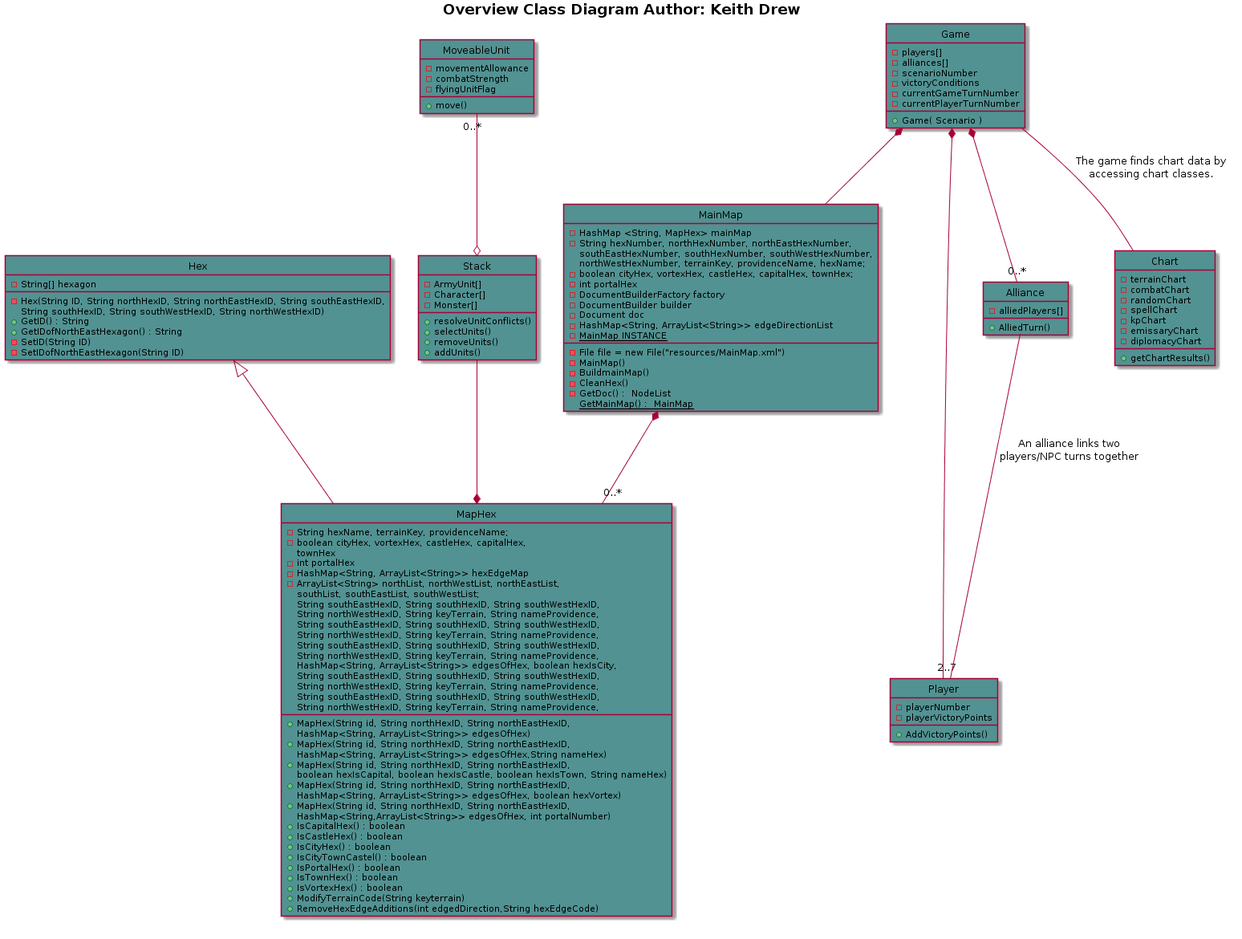
Before: doc/masterClassDiagrams/overview.png, a diagram exported from PlantUML (cjeffery/sworsorc).
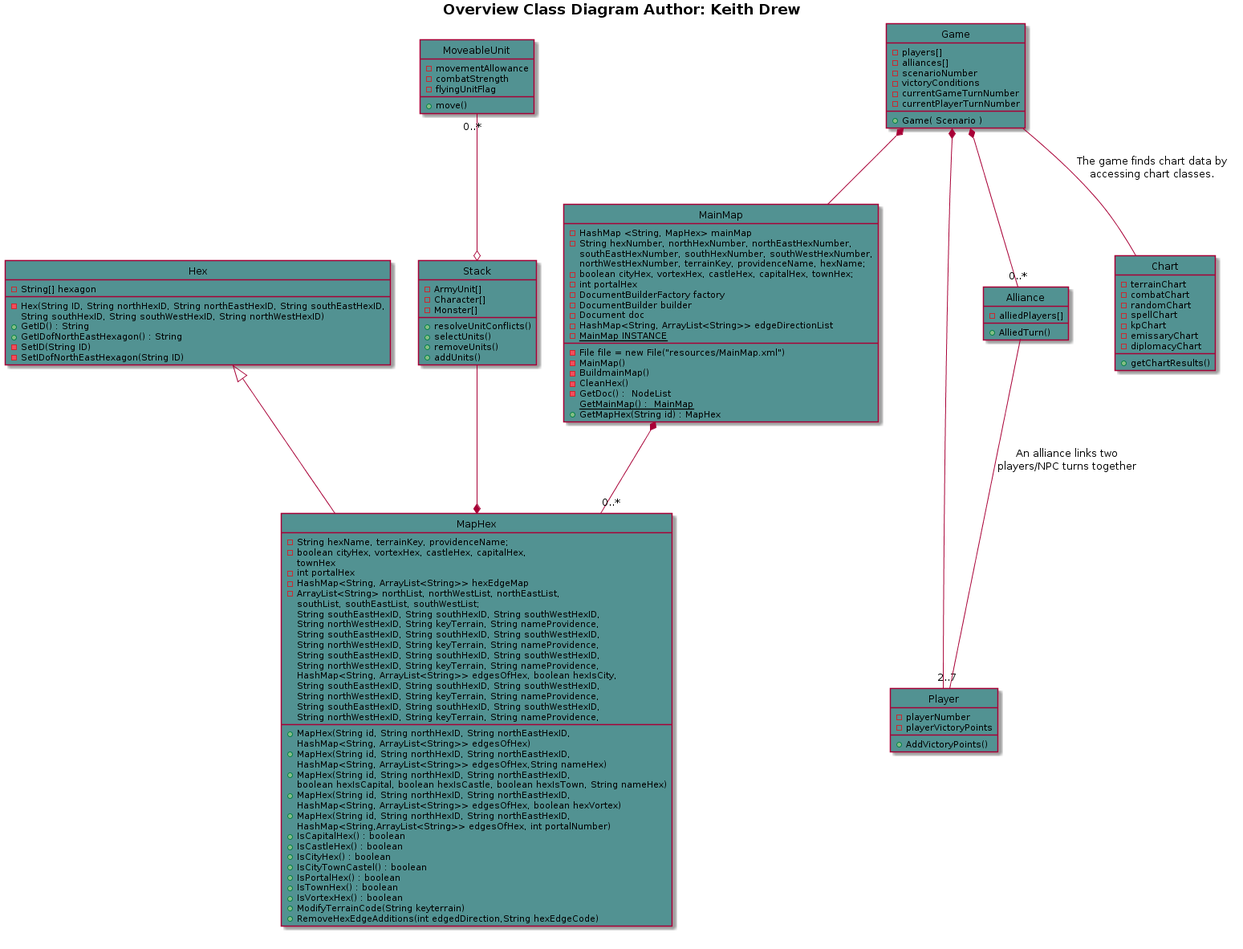
Above is the later version.

Commit message:
added method to MainMap class for retrieving a hex by it's ID string

What changed in the source:
```diff
@@ -40,6 +40,7 @@
 -CleanHex()
 -GetDoc() :  NodeList
 {static} GetMainMap() :  MainMap
++GetMapHex(String id) : MapHex
 }
 
 class Player #529292 {
```
